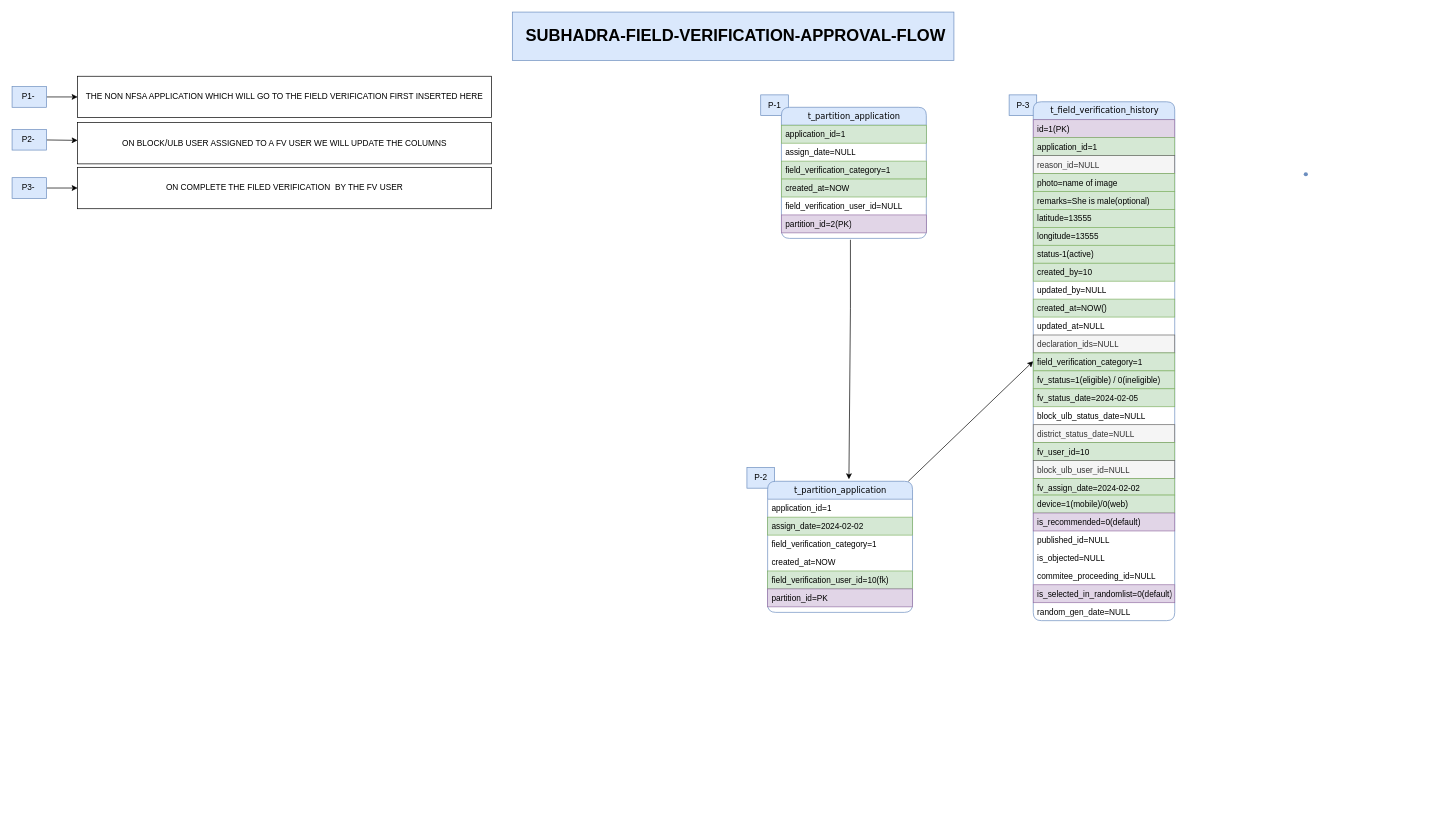
The draw.io diagram subhadra-flow.drawio in satyajeetsahoo2001/crud, before the edit. Source tidied: cells renumbered, new cells numbered last; positions are measured from the earlier drawing's top-left corner, leaving out a move shared by most shapes. Both pictures are drawn from the tidied source at 69%, with x=0, y=0 at pixel (12, 12).
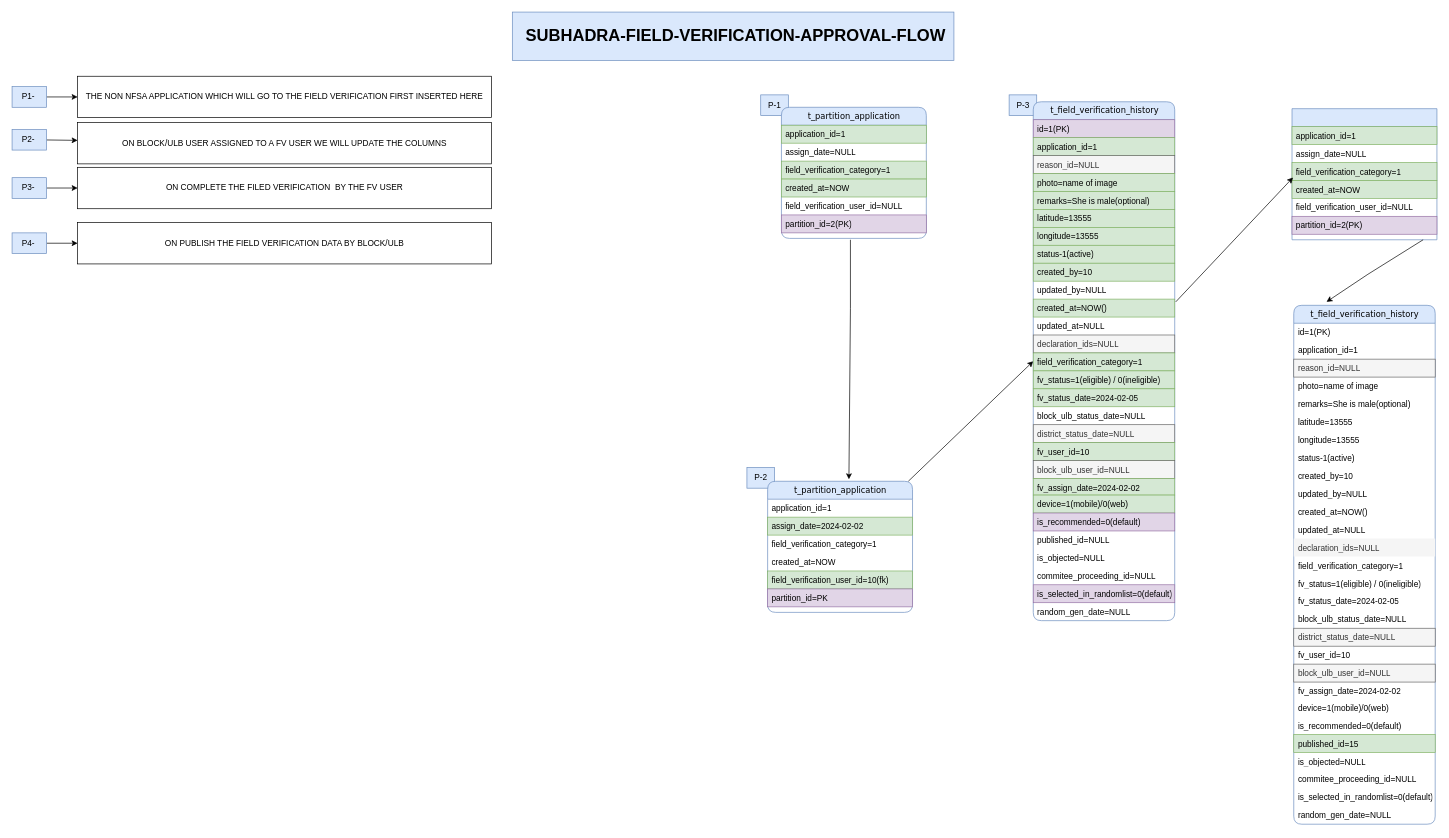
Above is the later version.

The edit, as a diff of the source:
```diff
@@
+    <mxCell id="61" style="edgeStyle=none;rounded=0;jettySize=auto;html=1;" parent="1" edge="1" source="62" target="63">
+      <mxGeometry relative="1" as="geometry" />
+    </mxCell>
+    <mxCell id="62" value="P4-&amp;nbsp;" style="text;html=1;align=center;verticalAlign=middle;points=[];strokeColor=#6c8ebf;fillColor=#dae8fc;" parent="1" vertex="1">
+      <mxGeometry y="320" width="50" height="30" as="geometry" />
+    </mxCell>
+    <mxCell id="63" value="ON PUBLISH THE FIELD VERIFICATION DATA BY BLOCK/ULB" style="whiteSpace=wrap;html=1;" parent="1" vertex="1">
+      <mxGeometry x="95" y="305" width="600" height="60" as="geometry" />
+    </mxCell>
+    <mxCell id="64" value="t_field_verification_history" style="swimlane;html=1;fontStyle=0;horizontal=1;startSize=26;fillColor=#dae8fc;swimlaneFillColor=#ffffff;align=center;rounded=1;shadow=0;comic=0;labelBackgroundColor=none;strokeWidth=1;fontFamily=Verdana;fontSize=12;strokeColor=#6c8ebf;" parent="1" vertex="1">
+      <mxGeometry x="1857.5" y="425" width="205" height="752" as="geometry" />
+    </mxCell>
+    <mxCell id="65" value="id=1(PK)" style="text;html=1;spacingLeft=4;spacingRight=4;whiteSpace=wrap;overflow=hidden;" parent="64" vertex="1">
+      <mxGeometry y="26" width="205" height="26" as="geometry" />
+    </mxCell>
+    <mxCell id="66" value="application_id=1&lt;div&gt;&lt;br&gt;&lt;/div&gt;" style="text;html=1;spacingLeft=4;spacingRight=4;whiteSpace=wrap;overflow=hidden;" parent="64" vertex="1">
+      <mxGeometry y="52" width="205" height="26" as="geometry" />
+    </mxCell>
+    <mxCell id="67" value="&lt;div&gt;reason_id=NULL&lt;/div&gt;" style="text;html=1;spacingLeft=4;spacingRight=4;whiteSpace=wrap;overflow=hidden;fillColor=#f5f5f5;fontColor=#333333;strokeColor=#666666;" parent="64" vertex="1">
+      <mxGeometry y="78" width="205" height="26" as="geometry" />
+    </mxCell>
+    <mxCell id="68" value="photo=name of image" style="text;html=1;spacingLeft=4;spacingRight=4;whiteSpace=wrap;overflow=hidden;" parent="64" vertex="1">
+      <mxGeometry y="104" width="205" height="26" as="geometry" />
+    </mxCell>
+    <mxCell id="69" value="remarks=She is male(optional)" style="text;html=1;spacingLeft=4;spacingRight=4;whiteSpace=wrap;overflow=hidden;" parent="64" vertex="1">
+      <mxGeometry y="130" width="205" height="26" as="geometry" />
+    </mxCell>
+    <mxCell id="70" value="latitude=13555" style="text;html=1;spacingLeft=4;spacingRight=4;whiteSpace=wrap;overflow=hidden;" parent="64" vertex="1">
+      <mxGeometry y="156" width="205" height="26" as="geometry" />
+    </mxCell>
+    <mxCell id="71" value="longitude=13555" style="text;html=1;spacingLeft=4;spacingRight=4;whiteSpace=wrap;overflow=hidden;" parent="64" vertex="1">
+      <mxGeometry y="182" width="205" height="26" as="geometry" />
+    </mxCell>
+    <mxCell id="72" value="status-1(active)" style="text;html=1;spacingLeft=4;spacingRight=4;whiteSpace=wrap;overflow=hidden;" parent="64" vertex="1">
+      <mxGeometry y="208" width="205" height="26" as="geometry" />
+    </mxCell>
+    <mxCell id="73" value="created_by=10" style="text;html=1;spacingLeft=4;spacingRight=4;whiteSpace=wrap;overflow=hidden;" parent="64" vertex="1">
+      <mxGeometry y="234" width="205" height="26" as="geometry" />
+    </mxCell>
+    <mxCell id="74" value="updated_by=NULL" style="text;html=1;spacingLeft=4;spacingRight=4;whiteSpace=wrap;overflow=hidden;" parent="64" vertex="1">
+      <mxGeometry y="260" width="205" height="26" as="geometry" />
+    </mxCell>
+    <mxCell id="75" value="created_at=NOW()" style="text;html=1;spacingLeft=4;spacingRight=4;whiteSpace=wrap;overflow=hidden;" parent="64" vertex="1">
+      <mxGeometry y="286" width="205" height="26" as="geometry" />
+    </mxCell>
+    <mxCell id="76" value="updated_at=NULL" style="text;html=1;spacingLeft=4;spacingRight=4;whiteSpace=wrap;overflow=hidden;" parent="64" vertex="1">
+      <mxGeometry y="312" width="205" height="26" as="geometry" />
+    </mxCell>
+    <mxCell id="77" value="declaration_ids=NULL" style="text;html=1;spacingLeft=4;spacingRight=4;whiteSpace=wrap;overflow=hidden;fillColor=#f5f5f5;fontColor=#333333;" parent="64" vertex="1">
+      <mxGeometry y="338" width="205" height="26" as="geometry" />
+    </mxCell>
+    <mxCell id="78" value="field_verification_category=1" style="text;html=1;spacingLeft=4;spacingRight=4;whiteSpace=wrap;overflow=hidden;" parent="64" vertex="1">
+      <mxGeometry y="364" width="205" height="26" as="geometry" />
+    </mxCell>
+    <mxCell id="79" value="fv_status=1(eligible) / 0(ineligible)" style="text;html=1;spacingLeft=4;spacingRight=4;whiteSpace=wrap;overflow=hidden;" parent="64" vertex="1">
+      <mxGeometry y="390" width="205" height="26" as="geometry" />
+    </mxCell>
+    <mxCell id="80" value="fv_status_date=2024-02-05" style="text;html=1;spacingLeft=4;spacingRight=4;whiteSpace=wrap;overflow=hidden;" parent="64" vertex="1">
+      <mxGeometry y="416" width="205" height="26" as="geometry" />
+    </mxCell>
+    <mxCell id="81" value="block_ulb_status_date=NULL" style="text;html=1;spacingLeft=4;spacingRight=4;whiteSpace=wrap;overflow=hidden;" parent="64" vertex="1">
+      <mxGeometry y="442" width="205" height="26" as="geometry" />
+    </mxCell>
+    <mxCell id="82" value="district_status_date=NULL" style="text;html=1;spacingLeft=4;spacingRight=4;whiteSpace=wrap;overflow=hidden;fillColor=#f5f5f5;fontColor=#333333;strokeColor=#666666;" parent="64" vertex="1">
+      <mxGeometry y="468" width="205" height="26" as="geometry" />
+    </mxCell>
+    <mxCell id="83" value="fv_user_id=10" style="text;html=1;spacingLeft=4;spacingRight=4;whiteSpace=wrap;overflow=hidden;" parent="64" vertex="1">
+      <mxGeometry y="494" width="205" height="26" as="geometry" />
+    </mxCell>
+    <mxCell id="84" value="block_ulb_user_id=NULL" style="text;html=1;spacingLeft=4;spacingRight=4;whiteSpace=wrap;overflow=hidden;fillColor=#f5f5f5;fontColor=#333333;strokeColor=#666666;" parent="64" vertex="1">
+      <mxGeometry y="520" width="205" height="26" as="geometry" />
+    </mxCell>
+    <mxCell id="85" value="fv_assign_date=2024-02-02" style="text;html=1;spacingLeft=4;spacingRight=4;whiteSpace=wrap;overflow=hidden;" parent="64" vertex="1">
+      <mxGeometry y="546" width="205" height="24" as="geometry" />
+    </mxCell>
+    <mxCell id="86" value="device=1(mobile)/0(web)" style="text;html=1;spacingLeft=4;spacingRight=4;whiteSpace=wrap;overflow=hidden;" parent="64" vertex="1">
+      <mxGeometry y="570" width="205" height="26" as="geometry" />
+    </mxCell>
+    <mxCell id="87" value="is_recommended=0(default)" style="text;html=1;spacingLeft=4;spacingRight=4;whiteSpace=wrap;overflow=hidden;" parent="64" vertex="1">
+      <mxGeometry y="596" width="205" height="26" as="geometry" />
+    </mxCell>
+    <mxCell id="88" value="published_id=15" style="text;html=1;spacingLeft=4;spacingRight=4;whiteSpace=wrap;overflow=hidden;fillColor=#d5e8d4;strokeColor=#82b366;" parent="64" vertex="1">
+      <mxGeometry y="622" width="205" height="26" as="geometry" />
+    </mxCell>
+    <mxCell id="89" value="is_objected=NULL" style="text;html=1;spacingLeft=4;spacingRight=4;whiteSpace=wrap;overflow=hidden;" parent="64" vertex="1">
+      <mxGeometry y="648" width="205" height="26" as="geometry" />
+    </mxCell>
+    <mxCell id="90" value="commitee_proceeding_id=NULL" style="text;html=1;spacingLeft=4;spacingRight=4;whiteSpace=wrap;overflow=hidden;" parent="64" vertex="1">
+      <mxGeometry y="674" width="205" height="26" as="geometry" />
+    </mxCell>
+    <mxCell id="91" value="is_selected_in_randomlist=0(default)" style="text;html=1;spacingLeft=4;spacingRight=4;whiteSpace=wrap;overflow=hidden;" parent="64" vertex="1">
+      <mxGeometry y="700" width="205" height="26" as="geometry" />
+    </mxCell>
+    <mxCell id="92" value="random_gen_date=NULL" style="text;html=1;spacingLeft=4;spacingRight=4;whiteSpace=wrap;overflow=hidden;" parent="64" vertex="1">
+      <mxGeometry y="726" width="205" height="26" as="geometry" />
+    </mxCell>
+    <mxCell id="93" style="swimlane;html=1;fontStyle=0;horizontal=1;startSize=26;fillColor=#dae8fc;swimlaneFillColor=#ffffff;align=center;rounded=1;shadow=0;comic=0;labelBackgroundColor=none;strokeWidth=1;fontFamily=Verdana;fontSize=12;strokeColor=#6c8ebf;arcSize=0;" parent="1" vertex="1">
+      <mxGeometry x="1855" y="140" width="210" height="190" as="geometry" />
+    </mxCell>
+    <mxCell id="94" value="application_id=1" style="text;html=1;strokeColor=#82b366;fillColor=#d5e8d4;spacingLeft=4;spacingRight=4;whiteSpace=wrap;overflow=hidden;" parent="93" vertex="1">
+      <mxGeometry y="26" width="210" height="26" as="geometry" />
+    </mxCell>
+    <mxCell id="95" value="assign_date=NULL" style="text;html=1;spacingLeft=4;spacingRight=4;whiteSpace=wrap;overflow=hidden;" parent="93" vertex="1">
+      <mxGeometry y="52" width="210" height="26" as="geometry" />
+    </mxCell>
+    <mxCell id="96" value="field_verification_category=1" style="text;html=1;strokeColor=#82b366;fillColor=#d5e8d4;spacingLeft=4;spacingRight=4;whiteSpace=wrap;overflow=hidden;" parent="93" vertex="1">
+      <mxGeometry y="78" width="210" height="26" as="geometry" />
+    </mxCell>
+    <mxCell id="97" value="created_at=NOW" style="text;html=1;strokeColor=#82b366;fillColor=#d5e8d4;spacingLeft=4;spacingRight=4;whiteSpace=wrap;overflow=hidden;points=[[0,0.5],[1,0.5]];portConstraint=eastwest;" parent="93" vertex="1">
+      <mxGeometry y="104" width="210" height="26" as="geometry" />
+    </mxCell>
+    <mxCell id="98" value="field_verification_user_id=NULL" style="text;html=1;strokeColor=none;fillColor=none;spacingLeft=4;spacingRight=4;whiteSpace=wrap;overflow=hidden;" parent="93" vertex="1">
+      <mxGeometry y="130" width="210" height="26" as="geometry" />
+    </mxCell>
+    <mxCell id="99" value="partition_id=2(PK)" style="text;html=1;strokeColor=#9673a6;fillColor=#e1d5e7;spacingLeft=4;spacingRight=4;whiteSpace=wrap;overflow=hidden;" parent="93" vertex="1">
+      <mxGeometry y="156" width="210" height="26" as="geometry" />
+    </mxCell>
+    <mxCell id="100" style="edgeStyle=none;rounded=0;jettySize=auto;html=1;entryX=0.007;entryY=-0.164;entryDx=0;entryDy=0;entryPerimeter=0;" parent="1" edge="1" target="97">
+      <mxGeometry relative="1" as="geometry">
+        <mxPoint x="1686.5" y="420" as="sourcePoint" />
+      </mxGeometry>
+    </mxCell>
+    <mxCell id="101" style="edgeStyle=none;rounded=0;orthogonalLoop=1;jettySize=auto;html=1;" parent="1" edge="1">
+      <mxGeometry relative="1" as="geometry">
+        <mxPoint x="2045" y="330" as="sourcePoint" />
+        <mxPoint x="1905" y="420" as="targetPoint" />
+        <Array as="points">
+          <mxPoint x="1965" y="380" />
+        </Array>
+      </mxGeometry>
+    </mxCell>
```
